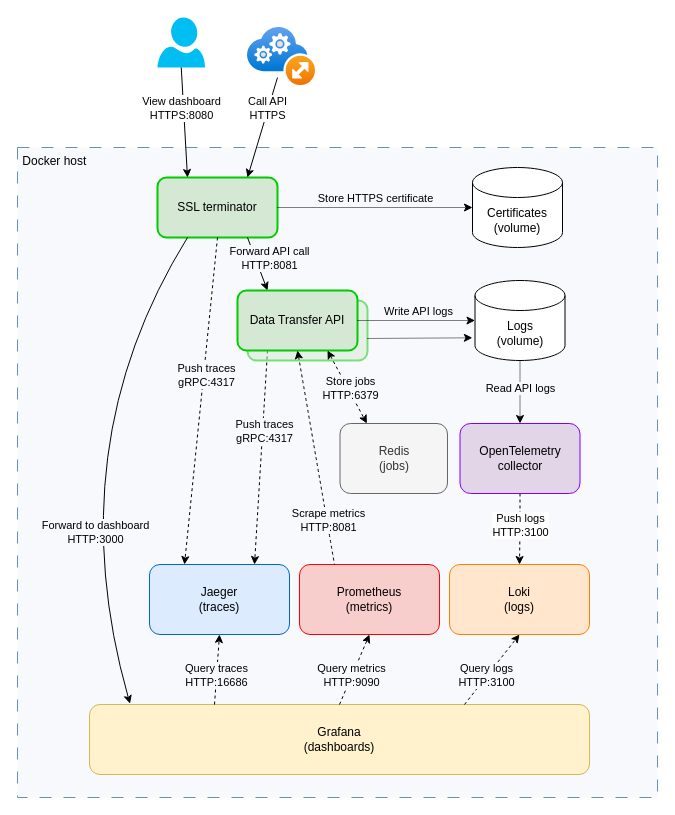
The draw.io diagram docs/architecture.drawio in EGI-Federation/eosc-data-transfer, before the edit. Source tidied: cells renumbered, new cells numbered last; positions are measured from the earlier drawing's top-left corner, leaving out a move shared by most shapes. Both pictures are drawn from the tidied source at 100%, with x=0, y=0 at pixel (17, 17).
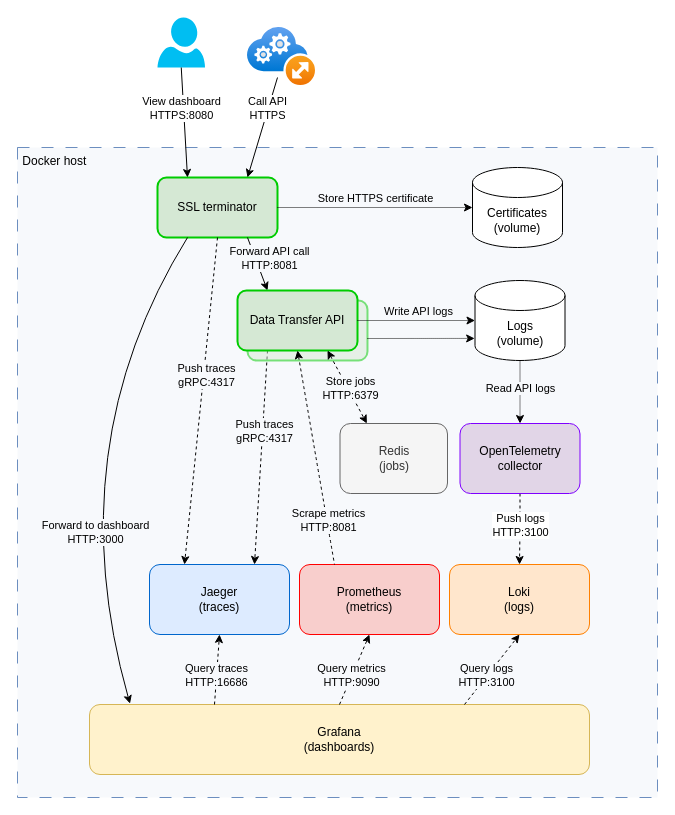
Above is the later version.

Commit message (it also covers changes not shown here):
docs: Update architecture diagram

Unchanged cells that the change refers to:
```xml
<mxCell id="6" value="Logs&lt;br&gt;(volume)" style="shape=cylinder3;whiteSpace=wrap;html=1;boundedLbl=1;backgroundOutline=1;size=15;" parent="1" vertex="1">
  <mxGeometry x="457.5" y="263" width="90" height="80" as="geometry" />
</mxCell>
```

Change to the diagram source:
```diff
@@
-    <mxCell id="42" style="endArrow=classic;html=1;rounded=0;exitX=1;exitY=0.5;exitDx=0;exitDy=0;dashed=1;dashPattern=1 1;entryX=-0.001;entryY=0.616;entryDx=0;entryDy=0;entryPerimeter=0;" parent="1" edge="1">
+    <mxCell id="42" style="endArrow=classic;html=1;rounded=0;exitX=1;exitY=0.5;exitDx=0;exitDy=0;dashed=1;dashPattern=1 1;entryX=-0.004;entryY=0.724;entryDx=0;entryDy=0;entryPerimeter=0;" parent="1" edge="1" target="6">
       <mxGeometry relative="1" as="geometry">
         <mxPoint x="350" y="321" as="sourcePoint" />
-        <mxPoint x="454.9" y="320.3" as="targetPoint" />
       </mxGeometry>
     </mxCell>
```
